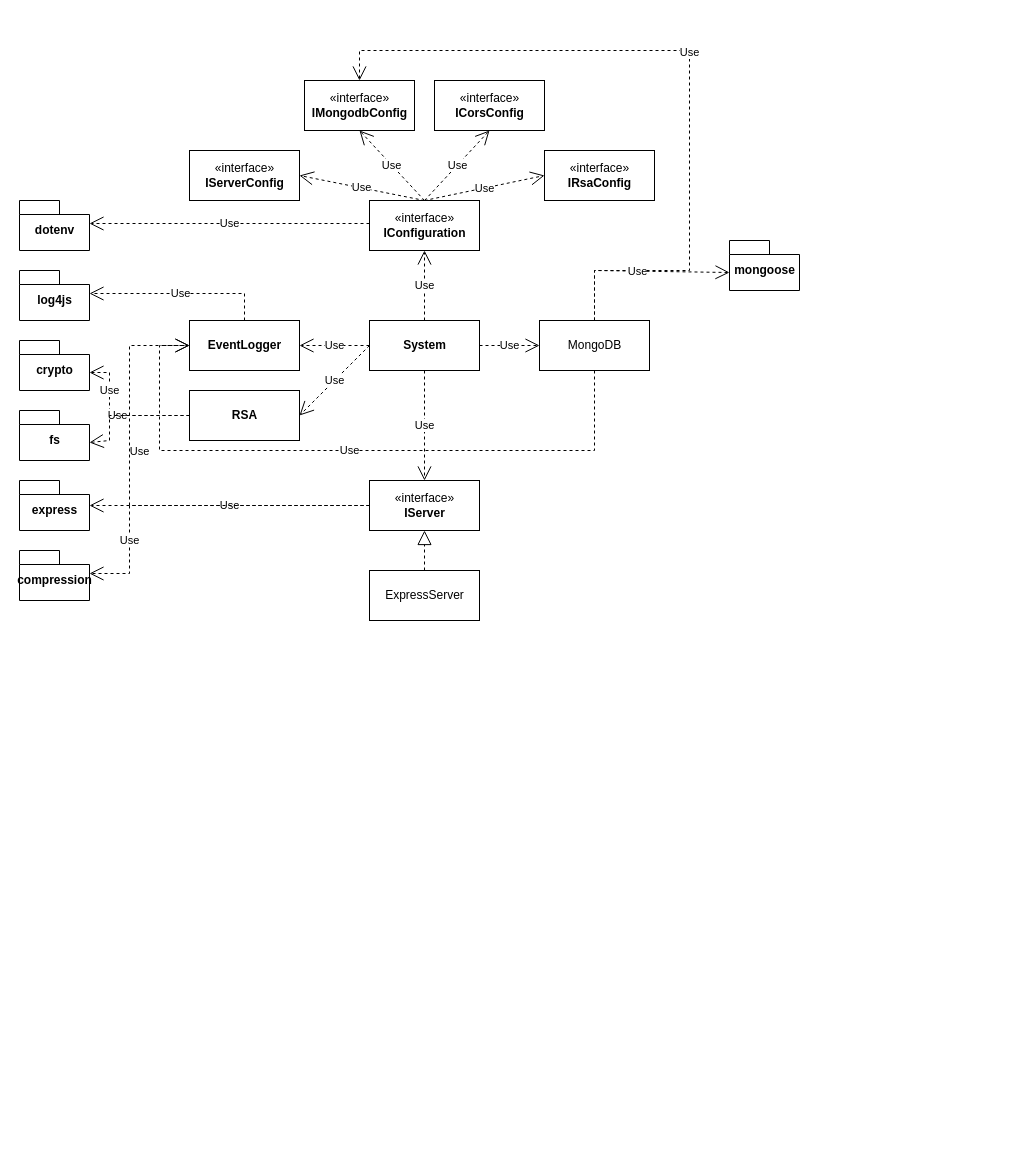
The draw.io diagram api-docs/draw.io/architecture.drawio in syr0s/todo-backend, before the edit. Source tidied: cells renumbered, new cells numbered last; positions are measured from the earlier drawing's top-left corner, leaving out a move shared by most shapes. Both pictures are drawn from the tidied source at 100%, with x=0, y=0 at pixel (19, 50).
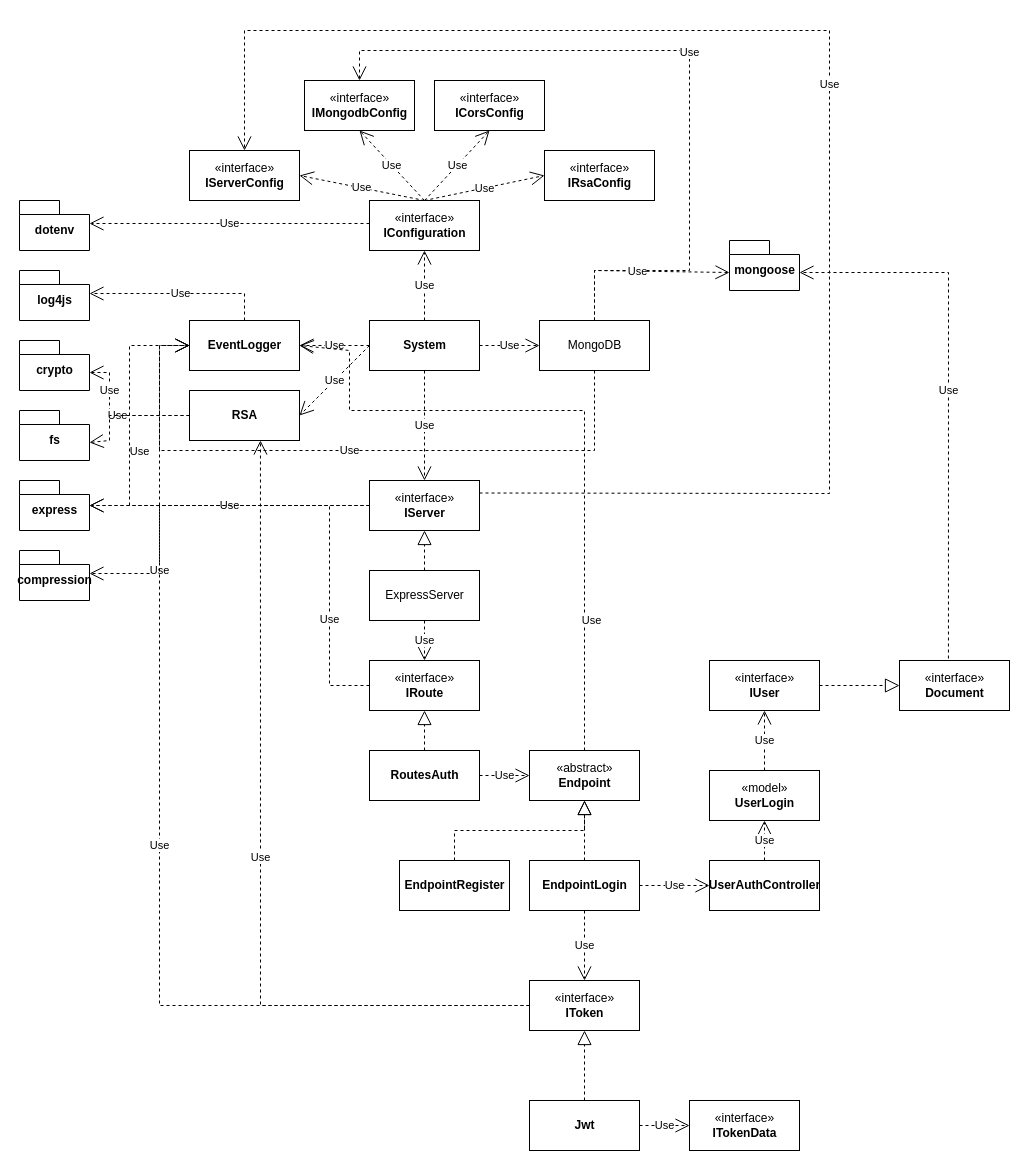
The same page after the edit.

Unchanged cells that the change refers to:
```xml
<mxCell id="3" value="«interface»&lt;br&gt;&lt;b&gt;IServerConfig&lt;/b&gt;" style="html=1;" parent="1" vertex="1">
  <mxGeometry x="170" y="100" width="110" height="50" as="geometry" />
</mxCell>
<mxCell id="13" value="EventLogger" style="html=1;fontStyle=1;" parent="1" vertex="1">
  <mxGeometry x="170" y="270" width="110" height="50" as="geometry" />
</mxCell>
<mxCell id="15" value="&lt;b&gt;RSA&lt;/b&gt;" style="html=1;" parent="1" vertex="1">
  <mxGeometry x="170" y="340" width="110" height="50" as="geometry" />
</mxCell>
<mxCell id="21" value="«interface»&lt;br&gt;&lt;b&gt;IServer&lt;/b&gt;" style="html=1;" parent="1" vertex="1">
  <mxGeometry x="350" y="430" width="110" height="50" as="geometry" />
</mxCell>
<mxCell id="23" value="ExpressServer" style="html=1;" parent="1" vertex="1">
  <mxGeometry x="350" y="520" width="110" height="50" as="geometry" />
</mxCell>
<mxCell id="30" value="mongoose" style="shape=folder;fontStyle=1;spacingTop=10;tabWidth=40;tabHeight=14;tabPosition=left;html=1;" parent="1" vertex="1">
  <mxGeometry x="710" y="190" width="70" height="50" as="geometry" />
</mxCell>
<mxCell id="38" value="compression" style="shape=folder;fontStyle=1;spacingTop=10;tabWidth=40;tabHeight=14;tabPosition=left;html=1;" parent="1" vertex="1">
  <mxGeometry y="500" width="70" height="50" as="geometry" />
</mxCell>
```

What changed in the source:
```diff
@@
     <mxCell id="39" value="Use" style="endArrow=open;endSize=12;dashed=1;html=1;rounded=0;exitX=0;exitY=0.5;exitDx=0;exitDy=0;entryX=0;entryY=0;entryDx=70;entryDy=23;entryPerimeter=0;" parent="1" edge="1" source="21" target="38">
       <mxGeometry x="0.58" relative="1" as="geometry">
         <Array as="points">
-          <mxPoint x="110" y="455" />
-          <mxPoint x="110" y="523" />
+          <mxPoint x="140" y="455" />
+          <mxPoint x="140" y="523" />
         </Array>
       </mxGeometry>
     </mxCell>
+    <mxCell id="40" value="«interface»&lt;br&gt;&lt;b&gt;IRoute&lt;/b&gt;" style="html=1;" parent="1" vertex="1">
+      <mxGeometry x="350" y="610" width="110" height="50" as="geometry" />
+    </mxCell>
+    <mxCell id="41" value="&lt;b&gt;RoutesAuth&lt;/b&gt;" style="html=1;" parent="1" vertex="1">
+      <mxGeometry x="350" y="700" width="110" height="50" as="geometry" />
+    </mxCell>
+    <mxCell id="42" value="Use" style="endArrow=open;endSize=12;dashed=1;html=1;rounded=0;entryX=0.5;entryY=0;entryDx=0;entryDy=0;exitX=0.5;exitY=1;exitDx=0;exitDy=0;" parent="1" edge="1" source="23" target="40">
+      <mxGeometry relative="1" as="geometry" />
+    </mxCell>
+    <mxCell id="43" style="endArrow=block;dashed=1;endFill=0;endSize=12;html=1;rounded=0;exitX=0.5;exitY=0;exitDx=0;exitDy=0;entryX=0.5;entryY=1;entryDx=0;entryDy=0;" parent="1" edge="1" source="41" target="40">
+      <mxGeometry relative="1" as="geometry" />
+    </mxCell>
+    <mxCell id="44" value="Use" style="endArrow=open;endSize=12;dashed=1;html=1;rounded=0;exitX=0;exitY=0.5;exitDx=0;exitDy=0;" parent="1" edge="1" source="40">
+      <mxGeometry x="-0.54" relative="1" as="geometry">
+        <mxPoint x="70" y="455" as="targetPoint" />
+        <Array as="points">
+          <mxPoint x="310" y="635" />
+          <mxPoint x="310" y="455" />
+        </Array>
+      </mxGeometry>
+    </mxCell>
+    <mxCell id="45" value="Use" style="endArrow=open;endSize=12;dashed=1;html=1;rounded=0;exitX=1;exitY=0.25;exitDx=0;exitDy=0;entryX=0.5;entryY=0;entryDx=0;entryDy=0;" parent="1" edge="1" source="21" target="3">
+      <mxGeometry relative="1" as="geometry">
+        <Array as="points">
+          <mxPoint x="810" y="443" />
+          <mxPoint x="810" y="-20" />
+          <mxPoint x="225" y="-20" />
+        </Array>
+      </mxGeometry>
+    </mxCell>
+    <mxCell id="46" value="«abstract»&lt;br&gt;&lt;b&gt;Endpoint&lt;/b&gt;" style="html=1;" parent="1" vertex="1">
+      <mxGeometry x="510" y="700" width="110" height="50" as="geometry" />
+    </mxCell>
+    <mxCell id="47" value="EndpointLogin" style="html=1;fontStyle=1;" parent="1" vertex="1">
+      <mxGeometry x="510" y="810" width="110" height="50" as="geometry" />
+    </mxCell>
+    <mxCell id="48" value="Use" style="endArrow=open;endSize=12;dashed=1;html=1;rounded=0;exitX=1;exitY=0.5;exitDx=0;exitDy=0;entryX=0;entryY=0.5;entryDx=0;entryDy=0;" parent="1" edge="1" source="41" target="46">
+      <mxGeometry relative="1" as="geometry" />
+    </mxCell>
+    <mxCell id="49" style="endArrow=block;dashed=1;endFill=0;endSize=12;html=1;rounded=0;exitX=0.5;exitY=0;exitDx=0;exitDy=0;entryX=0.5;entryY=1;entryDx=0;entryDy=0;" parent="1" edge="1" source="47" target="46">
+      <mxGeometry relative="1" as="geometry" />
+    </mxCell>
+    <mxCell id="50" value="EndpointRegister" style="html=1;fontStyle=1;" parent="1" vertex="1">
+      <mxGeometry x="380" y="810" width="110" height="50" as="geometry" />
+    </mxCell>
+    <mxCell id="51" style="endArrow=block;dashed=1;endFill=0;endSize=12;html=1;rounded=0;exitX=0.5;exitY=0;exitDx=0;exitDy=0;entryX=0.5;entryY=1;entryDx=0;entryDy=0;" parent="1" edge="1" source="50" target="46">
+      <mxGeometry relative="1" as="geometry">
+        <Array as="points">
+          <mxPoint x="435" y="780" />
+          <mxPoint x="565" y="780" />
+        </Array>
+      </mxGeometry>
+    </mxCell>
+    <mxCell id="52" value="Use" style="endArrow=open;endSize=12;dashed=1;html=1;rounded=0;exitX=0.5;exitY=0;exitDx=0;exitDy=0;" parent="1" edge="1" source="46">
+      <mxGeometry x="-0.62" y="-7" relative="1" as="geometry">
+        <mxPoint x="280" y="295" as="targetPoint" />
+        <Array as="points">
+          <mxPoint x="565" y="360" />
+          <mxPoint x="330" y="360" />
+          <mxPoint x="330" y="300" />
+        </Array>
+      </mxGeometry>
+    </mxCell>
+    <mxCell id="53" value="UserAuthController" style="html=1;fontStyle=1;" parent="1" vertex="1">
+      <mxGeometry x="690" y="810" width="110" height="50" as="geometry" />
+    </mxCell>
+    <mxCell id="54" value="Use" style="endArrow=open;endSize=12;dashed=1;html=1;rounded=0;exitX=1;exitY=0.5;exitDx=0;exitDy=0;entryX=0;entryY=0.5;entryDx=0;entryDy=0;" parent="1" edge="1" source="47" target="53">
+      <mxGeometry relative="1" as="geometry" />
+    </mxCell>
+    <mxCell id="55" value="«model»&lt;br&gt;&lt;b&gt;UserLogin&lt;/b&gt;" style="html=1;" parent="1" vertex="1">
+      <mxGeometry x="690" y="720" width="110" height="50" as="geometry" />
+    </mxCell>
+    <mxCell id="56" value="Use" style="endArrow=open;endSize=12;dashed=1;html=1;rounded=0;exitX=0.5;exitY=0;exitDx=0;exitDy=0;entryX=0.5;entryY=1;entryDx=0;entryDy=0;" parent="1" edge="1" source="53" target="55">
+      <mxGeometry relative="1" as="geometry" />
+    </mxCell>
+    <mxCell id="57" value="«interface»&lt;br&gt;&lt;b&gt;IUser&lt;/b&gt;" style="html=1;" parent="1" vertex="1">
+      <mxGeometry x="690" y="610" width="110" height="50" as="geometry" />
+    </mxCell>
+    <mxCell id="58" value="Use" style="endArrow=open;endSize=12;dashed=1;html=1;rounded=0;exitX=0.5;exitY=0;exitDx=0;exitDy=0;entryX=0.5;entryY=1;entryDx=0;entryDy=0;" parent="1" edge="1" source="55" target="57">
+      <mxGeometry relative="1" as="geometry" />
+    </mxCell>
+    <mxCell id="59" value="«interface»&lt;br&gt;&lt;b&gt;Document&lt;/b&gt;" style="html=1;" parent="1" vertex="1">
+      <mxGeometry x="880" y="610" width="110" height="50" as="geometry" />
+    </mxCell>
+    <mxCell id="60" style="endArrow=block;dashed=1;endFill=0;endSize=12;html=1;rounded=0;exitX=1;exitY=0.5;exitDx=0;exitDy=0;entryX=0;entryY=0.5;entryDx=0;entryDy=0;" parent="1" edge="1" source="57" target="59">
+      <mxGeometry relative="1" as="geometry" />
+    </mxCell>
+    <mxCell id="61" value="Use" style="endArrow=open;endSize=12;dashed=1;html=1;rounded=0;exitX=0.445;exitY=-0.04;exitDx=0;exitDy=0;exitPerimeter=0;entryX=0;entryY=0;entryDx=70;entryDy=32;entryPerimeter=0;" parent="1" edge="1" source="59" target="30">
+      <mxGeometry relative="1" as="geometry">
+        <Array as="points">
+          <mxPoint x="929" y="222" />
+        </Array>
+      </mxGeometry>
+    </mxCell>
+    <mxCell id="62" value="«interface»&lt;br&gt;&lt;b&gt;IToken&lt;/b&gt;" style="html=1;" parent="1" vertex="1">
+      <mxGeometry x="510" y="930" width="110" height="50" as="geometry" />
+    </mxCell>
+    <mxCell id="63" value="Use" style="endArrow=open;endSize=12;dashed=1;html=1;rounded=0;entryX=0.5;entryY=0;entryDx=0;entryDy=0;exitX=0.5;exitY=1;exitDx=0;exitDy=0;" parent="1" edge="1" source="47" target="62">
+      <mxGeometry relative="1" as="geometry" />
+    </mxCell>
+    <mxCell id="64" value="Use" style="endArrow=open;endSize=12;dashed=1;html=1;rounded=0;exitX=0;exitY=0.5;exitDx=0;exitDy=0;entryX=0.645;entryY=1;entryDx=0;entryDy=0;entryPerimeter=0;" parent="1" edge="1" source="62" target="15">
+      <mxGeometry relative="1" as="geometry">
+        <Array as="points">
+          <mxPoint x="241" y="955" />
+        </Array>
+      </mxGeometry>
+    </mxCell>
+    <mxCell id="65" value="Use" style="endArrow=open;endSize=12;dashed=1;html=1;rounded=0;exitX=0;exitY=0.5;exitDx=0;exitDy=0;entryX=0;entryY=0.5;entryDx=0;entryDy=0;" parent="1" edge="1" source="62" target="13">
+      <mxGeometry relative="1" as="geometry">
+        <Array as="points">
+          <mxPoint x="140" y="955" />
+          <mxPoint x="140" y="295" />
+        </Array>
+      </mxGeometry>
+    </mxCell>
+    <mxCell id="66" value="Jwt" style="html=1;fontStyle=1;" parent="1" vertex="1">
+      <mxGeometry x="510" y="1050" width="110" height="50" as="geometry" />
+    </mxCell>
+    <mxCell id="67" style="endArrow=block;dashed=1;endFill=0;endSize=12;html=1;rounded=0;exitX=0.5;exitY=0;exitDx=0;exitDy=0;entryX=0.5;entryY=1;entryDx=0;entryDy=0;" parent="1" edge="1" source="66" target="62">
+      <mxGeometry relative="1" as="geometry" />
+    </mxCell>
+    <mxCell id="68" value="«interface»&lt;br&gt;&lt;b&gt;ITokenData&lt;/b&gt;" style="html=1;" parent="1" vertex="1">
+      <mxGeometry x="670" y="1050" width="110" height="50" as="geometry" />
+    </mxCell>
+    <mxCell id="69" value="Use" style="endArrow=open;endSize=12;dashed=1;html=1;rounded=0;entryX=0;entryY=0.5;entryDx=0;entryDy=0;exitX=1;exitY=0.5;exitDx=0;exitDy=0;" parent="1" edge="1" source="66" target="68">
+      <mxGeometry relative="1" as="geometry" />
+    </mxCell>
```
